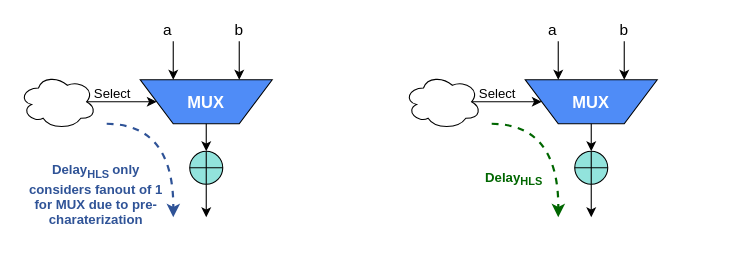
kxzhu0505/Delay-Padding-For-Multi-corner keeps this draw.io diagram as hlsls_2.drawio. Above is the earlier version. Source tidied: cells renumbered, new cells numbered last; positions are measured from the earlier drawing's top-left corner, leaving out a move shared by most shapes. Both pictures are drawn from the tidied source at 110%, with x=0, y=0 at pixel (19, 19).
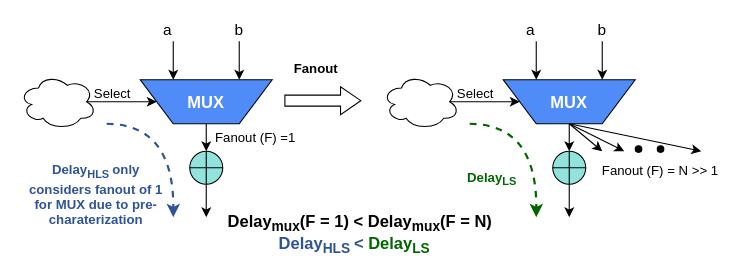
The same page after the edit.

The change refers to these unchanged cells:
```xml
<mxCell id="18" style="shape=trapezoid;perimeter=trapezoidPerimeter;whiteSpace=wrap;html=1;fixedSize=1;size=30;rotation=-180;fillColor=light-dark(#4f8cf7, #ededed);" parent="17" vertex="1">
  <mxGeometry width="120" height="40" as="geometry" />
</mxCell>
```

What changed in the source:
```diff
@@
     <mxCell id="17" style="group;" parent="1" vertex="1">
-      <mxGeometry x="460" y="55" width="120" height="40" as="geometry" />
+      <mxGeometry x="440" y="55" width="120" height="40" as="geometry" />
     </mxCell>
@@
     <mxCell id="20" style="ellipse;shape=cloud;whiteSpace=wrap;html=1;fillColor=light-dark(#FFFFFF,#EDEDED);" parent="1" vertex="1">
-      <mxGeometry x="350" y="50" width="70" height="50" as="geometry" />
+      <mxGeometry x="330" y="50" width="70" height="50" as="geometry" />
     </mxCell>
     <mxCell id="21" style="endArrow=classic;html=1;rounded=0;entryX=0.75;entryY=1;entryDx=0;entryDy=0;" parent="1" edge="1" target="18">
       <mxGeometry relative="1" as="geometry">
-        <mxPoint x="490" y="20" as="sourcePoint" />
+        <mxPoint x="470" y="20" as="sourcePoint" />
       </mxGeometry>
     </mxCell>
     <mxCell id="22" style="endArrow=classic;html=1;rounded=0;entryX=0.25;entryY=1;entryDx=0;entryDy=0;" parent="1" edge="1" target="18">
       <mxGeometry relative="1" as="geometry">
-        <mxPoint x="550" y="20" as="sourcePoint" />
+        <mxPoint x="530" y="20" as="sourcePoint" />
       </mxGeometry>
     </mxCell>
     <mxCell id="23" value="&lt;font style=&quot;font-size: 14px;&quot;&gt;a&lt;/font&gt;" style="text;html=1;align=center;verticalAlign=middle;whiteSpace=wrap;rounded=0;" parent="1" vertex="1">
-      <mxGeometry x="470" width="30" height="20" as="geometry" />
+      <mxGeometry x="450" width="30" height="20" as="geometry" />
     </mxCell>
     <mxCell id="24" value="&lt;font style=&quot;font-size: 14px;&quot;&gt;b&lt;/font&gt;" style="text;html=1;align=center;verticalAlign=middle;whiteSpace=wrap;rounded=0;" parent="1" vertex="1">
-      <mxGeometry x="535" width="30" height="20" as="geometry" />
+      <mxGeometry x="515" width="30" height="20" as="geometry" />
     </mxCell>
@@
     <mxCell id="26" style="endArrow=classic;html=1;rounded=0;exitX=0.5;exitY=0;exitDx=0;exitDy=0;" parent="1" edge="1" source="18">
       <mxGeometry relative="1" as="geometry">
-        <mxPoint x="520" y="120" as="targetPoint" />
+        <mxPoint x="500" y="120" as="targetPoint" />
       </mxGeometry>
     </mxCell>
     <mxCell id="27" style="endArrow=classic;html=1;rounded=0;edgeStyle=orthogonalEdgeStyle;curved=1;dashed=1;strokeColor=#006600;strokeWidth=2;" parent="1" edge="1">
       <mxGeometry relative="1" as="geometry">
-        <mxPoint x="429.5" y="95" as="sourcePoint" />
-        <mxPoint x="490" y="180" as="targetPoint" />
+        <mxPoint x="409.5" y="95" as="sourcePoint" />
+        <mxPoint x="470" y="180" as="targetPoint" />
       </mxGeometry>
     </mxCell>
-    <mxCell id="28" value="&lt;b&gt;&lt;font style=&quot;color: rgb(0, 102, 0);&quot;&gt;Delay&lt;sub style=&quot;&quot;&gt;HLS&lt;/sub&gt;&lt;/font&gt;&lt;/b&gt;" style="text;html=1;align=center;verticalAlign=middle;whiteSpace=wrap;rounded=0;" parent="1" vertex="1">
-      <mxGeometry x="400" y="130" width="100" height="30" as="geometry" />
+    <mxCell id="28" value="&lt;b&gt;&lt;font style=&quot;color: rgb(0, 102, 0);&quot;&gt;Delay&lt;sub style=&quot;&quot;&gt;LS&lt;/sub&gt;&lt;/font&gt;&lt;/b&gt;" style="text;html=1;align=center;verticalAlign=middle;whiteSpace=wrap;rounded=0;" parent="1" vertex="1">
+      <mxGeometry x="380" y="130" width="100" height="30" as="geometry" />
     </mxCell>
     <mxCell id="29" value="Select" style="text;html=1;align=center;verticalAlign=middle;whiteSpace=wrap;rounded=0;" parent="1" vertex="1">
-      <mxGeometry x="410" y="55" width="50" height="25" as="geometry" />
+      <mxGeometry x="390" y="55" width="50" height="25" as="geometry" />
     </mxCell>
     <mxCell id="30" style="verticalLabelPosition=bottom;verticalAlign=top;html=1;shape=mxgraph.flowchart.summing_function;fillColor=#92E3DC;" parent="1" vertex="1">
-      <mxGeometry x="505" y="120" width="30" height="30" as="geometry" />
+      <mxGeometry x="485" y="120" width="30" height="30" as="geometry" />
     </mxCell>
     <mxCell id="31" style="endArrow=classic;html=1;rounded=0;exitX=0.5;exitY=1;exitDx=0;exitDy=0;exitPerimeter=0;" parent="1" edge="1" source="30">
       <mxGeometry relative="1" as="geometry">
-        <mxPoint x="520" y="180" as="targetPoint" />
+        <mxPoint x="500" y="180" as="targetPoint" />
       </mxGeometry>
     </mxCell>
+    <mxCell id="32" style="shape=flexArrow;endArrow=classic;html=1;rounded=0;endWidth=14.35897435897436;endSize=5.805128205128206;" parent="1" edge="1">
+      <mxGeometry relative="1" as="geometry">
+        <mxPoint x="241" y="74" as="sourcePoint" />
+        <mxPoint x="311" y="74" as="targetPoint" />
+      </mxGeometry>
+    </mxCell>
+    <mxCell id="33" value="&lt;b&gt;Fanout&lt;/b&gt;" style="text;html=1;align=center;verticalAlign=middle;whiteSpace=wrap;rounded=0;" parent="1" vertex="1">
+      <mxGeometry x="220" y="30" width="100" height="30" as="geometry" />
+    </mxCell>
+    <mxCell id="34" value="Fanout (F) =1" style="text;html=1;align=center;verticalAlign=middle;whiteSpace=wrap;rounded=0;" parent="1" vertex="1">
+      <mxGeometry x="170" y="95" width="90" height="25" as="geometry" />
+    </mxCell>
+    <mxCell id="35" style="endArrow=classic;html=1;rounded=0;exitX=0.5;exitY=0;exitDx=0;exitDy=0;" parent="1" edge="1" source="18">
+      <mxGeometry relative="1" as="geometry">
+        <mxPoint x="530" y="120" as="targetPoint" />
+      </mxGeometry>
+    </mxCell>
+    <mxCell id="36" style="endArrow=classic;html=1;rounded=0;exitX=0.5;exitY=0;exitDx=0;exitDy=0;" parent="1" edge="1" source="18">
+      <mxGeometry relative="1" as="geometry">
+        <mxPoint x="550" y="120" as="targetPoint" />
+      </mxGeometry>
+    </mxCell>
+    <mxCell id="37" style="endArrow=classic;html=1;rounded=0;exitX=0.5;exitY=0;exitDx=0;exitDy=0;" parent="1" edge="1" source="18">
+      <mxGeometry relative="1" as="geometry">
+        <mxPoint x="620" y="120" as="targetPoint" />
+      </mxGeometry>
+    </mxCell>
+    <mxCell id="38" style="ellipse;whiteSpace=wrap;html=1;fillColor=#000000;" parent="1" vertex="1">
+      <mxGeometry x="560" y="115" width="6" height="6" as="geometry" />
+    </mxCell>
+    <mxCell id="39" style="ellipse;whiteSpace=wrap;html=1;fillColor=#000000;" parent="1" vertex="1">
+      <mxGeometry x="580" y="115" width="6" height="6" as="geometry" />
+    </mxCell>
+    <mxCell id="40" value="Fanout (F) = N &amp;gt;&amp;gt; 1" style="text;html=1;align=center;verticalAlign=middle;whiteSpace=wrap;rounded=0;" parent="1" vertex="1">
+      <mxGeometry x="528" y="125" width="110" height="25" as="geometry" />
+    </mxCell>
+    <mxCell id="41" value="&lt;font style=&quot;font-size: 15px;&quot;&gt;&lt;b style=&quot;&quot;&gt;&lt;font style=&quot;&quot;&gt;&lt;font style=&quot;color: rgb(47, 83, 151);&quot;&gt;Delay&lt;sub style=&quot;&quot;&gt;HLS&amp;nbsp;&lt;/sub&gt;&amp;lt;&amp;nbsp;&lt;/font&gt;&lt;/font&gt;&lt;/b&gt;&lt;b style=&quot;&quot;&gt;&lt;font style=&quot;color: rgb(0, 102, 0);&quot;&gt;Delay&lt;sub style=&quot;&quot;&gt;LS&lt;/sub&gt;&lt;/font&gt;&lt;/b&gt;&lt;/font&gt;" style="text;html=1;align=center;verticalAlign=middle;whiteSpace=wrap;rounded=0;" parent="1" vertex="1">
+      <mxGeometry x="240" y="190" width="130" height="30" as="geometry" />
+    </mxCell>
+    <mxCell id="42" value="&lt;font style=&quot;color: rgb(0, 0, 0);&quot;&gt;&lt;span style=&quot;font-size: 15px;&quot;&gt;&lt;b style=&quot;&quot;&gt;Delay&lt;sub&gt;mux&lt;/sub&gt;(F = 1) &amp;lt; Delay&lt;sub&gt;mux&lt;/sub&gt;(F = N)&lt;/b&gt;&lt;/span&gt;&lt;/font&gt;" style="text;html=1;align=center;verticalAlign=middle;whiteSpace=wrap;rounded=0;" parent="1" vertex="1">
+      <mxGeometry x="185" y="170" width="250" height="30" as="geometry" />
+    </mxCell>
```
